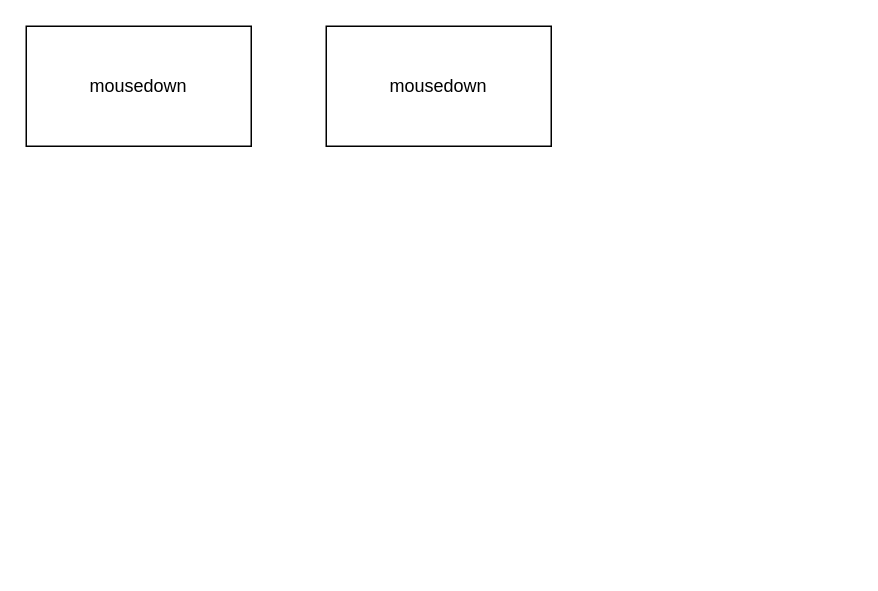
Earlier version of the draw.io diagram page "Page-3" (3 of 3) of result-excel-framework.drawio (zak427zak/result-excel). Source tidied: cells renumbered, new cells numbered last; positions are measured from the earlier drawing's top-left corner, leaving out a move shared by most shapes. Both pictures are drawn from the tidied source at 150%, with x=0, y=0 at pixel (26, 26).
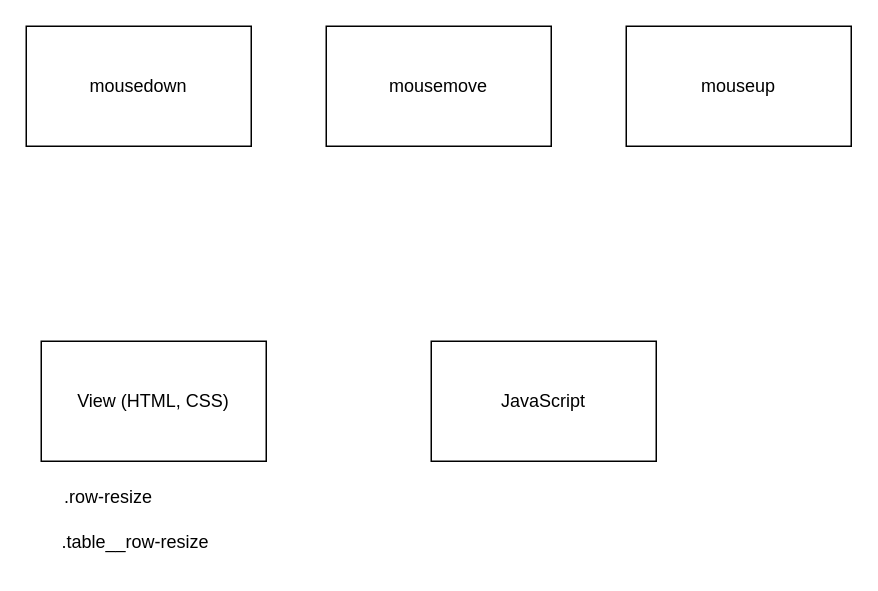
The same diagram, later.

Change to the diagram source:
```diff
@@
 <mxGraphModel>
   <root>
     <mxCell id="0" />
     <mxCell id="1" parent="0" />
     <mxCell id="2" value="&lt;div&gt;mousedown&lt;/div&gt;" style="rounded=0;whiteSpace=wrap;html=1;" parent="1" vertex="1">
       <mxGeometry width="150" height="80" as="geometry" />
     </mxCell>
-    <mxCell id="3" value="&lt;div&gt;mousedown&lt;/div&gt;" style="rounded=0;whiteSpace=wrap;html=1;" parent="1" vertex="1">
+    <mxCell id="3" value="mousemove" style="rounded=0;whiteSpace=wrap;html=1;" parent="1" vertex="1">
       <mxGeometry x="200" width="150" height="80" as="geometry" />
     </mxCell>
+    <mxCell id="4" value="&lt;div&gt;mouseup&lt;/div&gt;" style="rounded=0;whiteSpace=wrap;html=1;" parent="1" vertex="1">
+      <mxGeometry x="400" width="150" height="80" as="geometry" />
+    </mxCell>
+    <mxCell id="5" value="View (HTML, CSS)" style="rounded=0;whiteSpace=wrap;html=1;" parent="1" vertex="1">
+      <mxGeometry x="10" y="210" width="150" height="80" as="geometry" />
+    </mxCell>
+    <mxCell id="6" value="&lt;div&gt;JavaScript&lt;/div&gt;" style="rounded=0;whiteSpace=wrap;html=1;" parent="1" vertex="1">
+      <mxGeometry x="270" y="210" width="150" height="80" as="geometry" />
+    </mxCell>
+    <mxCell id="7" value=".table__row-resize" style="text;html=1;strokeColor=none;fillColor=none;align=center;verticalAlign=middle;whiteSpace=wrap;rounded=0;" parent="1" vertex="1">
+      <mxGeometry x="13" y="329" width="120" height="30" as="geometry" />
+    </mxCell>
+    <mxCell id="8" value=".row-resize" style="text;html=1;strokeColor=none;fillColor=none;align=center;verticalAlign=middle;whiteSpace=wrap;rounded=0;" parent="1" vertex="1">
+      <mxGeometry x="10" y="299" width="90" height="30" as="geometry" />
+    </mxCell>
   </root>
 </mxGraphModel>
```
